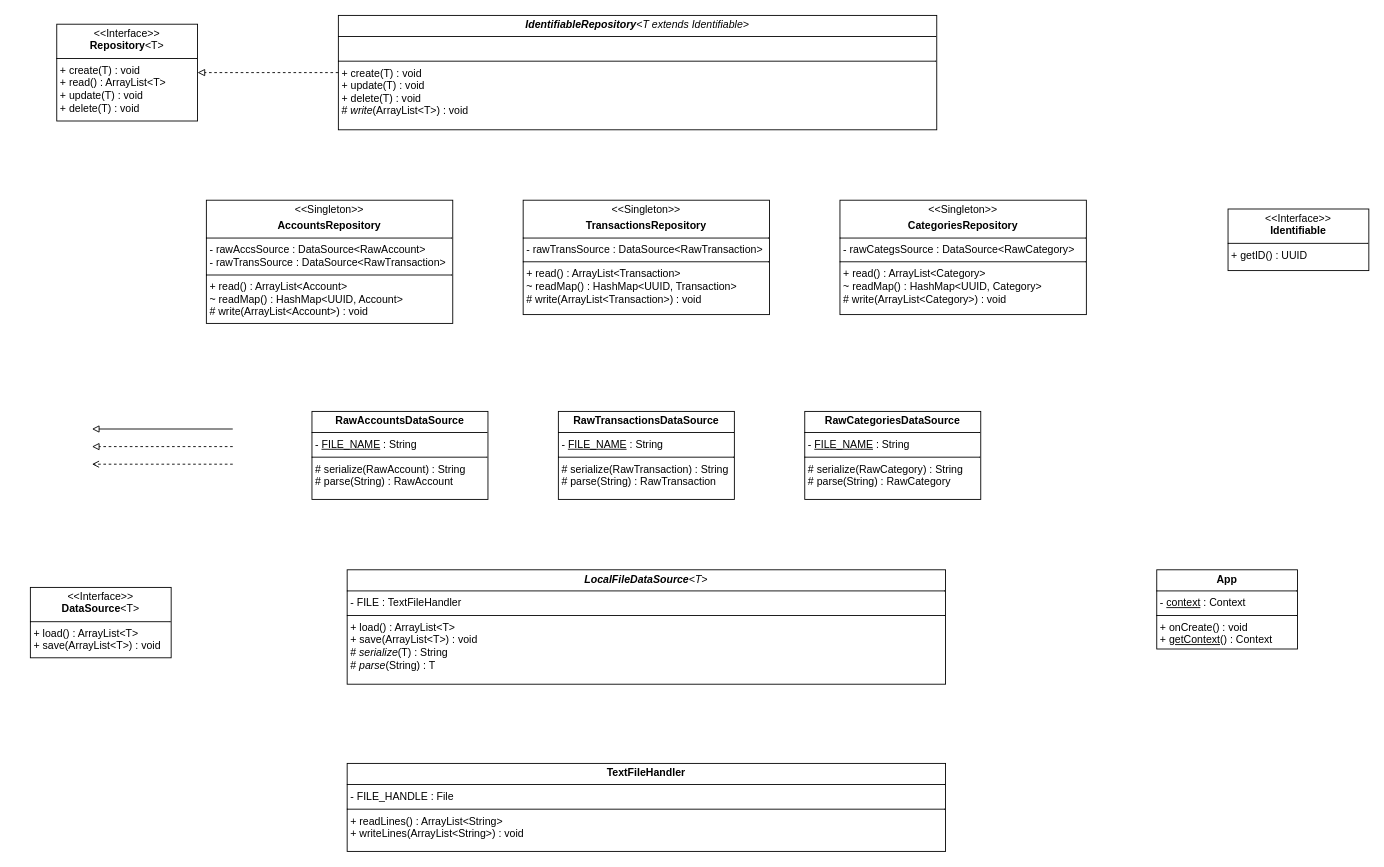
Before: docs/class-diagram.drawio in jaczanet/Expenses, a draw.io diagram. Source tidied: cells renumbered, new cells numbered last; positions are measured from the earlier drawing's top-left corner, leaving out a move shared by most shapes. Both pictures are drawn from the tidied source at 88%, with x=0, y=0 at pixel (30, 15).
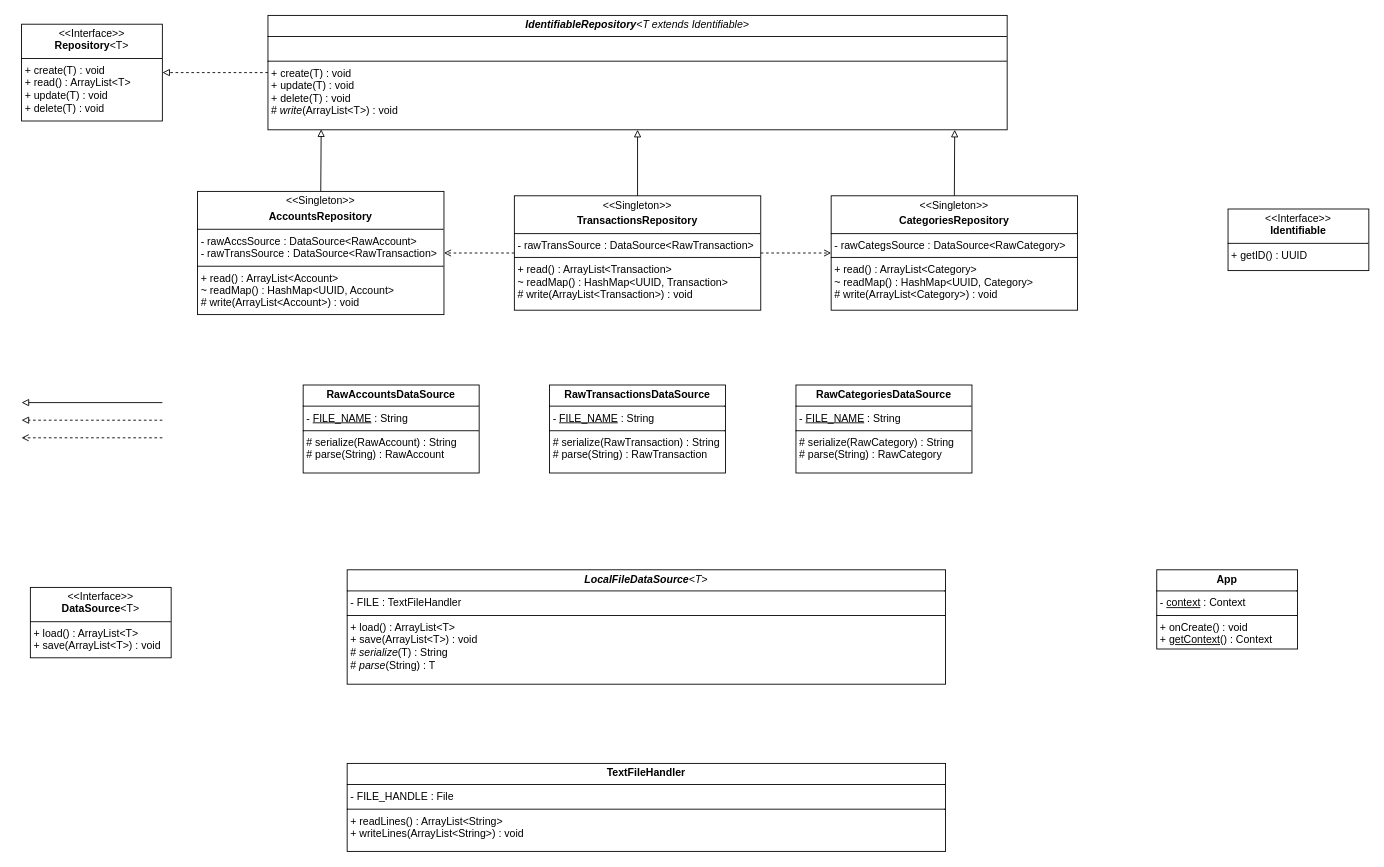
The same diagram, later.

Change to the diagram source:
```diff
@@
     <mxCell id="2" value="&lt;p style=&quot;margin:0px;margin-top:4px;text-align:center;&quot;&gt;&lt;b&gt;RawAccountsDataSource&lt;/b&gt;&lt;/p&gt;&lt;hr size=&quot;1&quot; style=&quot;border-style:solid;&quot;&gt;&lt;p style=&quot;margin:0px;margin-left:4px;&quot;&gt;- &lt;u&gt;FILE_NAME&lt;/u&gt;&amp;nbsp;: String&lt;/p&gt;&lt;hr size=&quot;1&quot; style=&quot;border-style:solid;&quot;&gt;&lt;p style=&quot;margin: 0px 0px 0px 4px;&quot;&gt;#&lt;span style=&quot;background-color: transparent; color: light-dark(rgb(0, 0, 0), rgb(255, 255, 255));&quot;&gt;&amp;nbsp;&lt;/span&gt;&lt;span style=&quot;background-color: transparent; color: light-dark(rgb(0, 0, 0), rgb(255, 255, 255));&quot;&gt;serialize(RawAccount) : String&lt;/span&gt;&lt;/p&gt;&lt;p style=&quot;margin: 0px 0px 0px 4px;&quot;&gt;&lt;span style=&quot;background-color: transparent; color: light-dark(rgb(0, 0, 0), rgb(255, 255, 255));&quot;&gt;#&amp;nbsp;parse(String) :&amp;nbsp;&lt;/span&gt;&lt;span style=&quot;background-color: transparent; color: light-dark(rgb(0, 0, 0), rgb(255, 255, 255));&quot;&gt;RawAccount&lt;/span&gt;&lt;/p&gt;" style="verticalAlign=top;align=left;overflow=fill;html=1;whiteSpace=wrap;" parent="1" vertex="1">
-      <mxGeometry x="320" y="450" width="200" height="100" as="geometry" />
+      <mxGeometry x="310" y="420" width="200" height="100" as="geometry" />
     </mxCell>
@@
     <mxCell id="6" value="&lt;p style=&quot;margin:0px;margin-top:4px;text-align:center;&quot;&gt;&amp;lt;&amp;lt;Interface&amp;gt;&amp;gt;&lt;br&gt;&lt;b&gt;Repository&lt;/b&gt;&amp;lt;T&amp;gt;&lt;/p&gt;&lt;hr size=&quot;1&quot; style=&quot;border-style:solid;&quot;&gt;&lt;p style=&quot;margin:0px;margin-left:4px;&quot;&gt;+ create(T) : void&lt;br&gt;&lt;/p&gt;&lt;p style=&quot;margin:0px;margin-left:4px;&quot;&gt;+ read() : ArrayList&amp;lt;T&amp;gt;&lt;/p&gt;&lt;p style=&quot;margin:0px;margin-left:4px;&quot;&gt;+ update(T) : void&lt;/p&gt;&lt;p style=&quot;margin:0px;margin-left:4px;&quot;&gt;+ delete(T) : void&lt;/p&gt;" style="verticalAlign=top;align=left;overflow=fill;html=1;whiteSpace=wrap;" parent="1" vertex="1">
-      <mxGeometry x="30" y="10" width="160" height="110" as="geometry" />
+      <mxGeometry x="-10" y="10" width="160" height="110" as="geometry" />
     </mxCell>
@@
     <mxCell id="8" style="rounded=0;orthogonalLoop=1;jettySize=auto;html=1;exitX=0;exitY=0.5;exitDx=0;exitDy=0;entryX=1;entryY=0.5;entryDx=0;entryDy=0;endSize=6;strokeWidth=1;endArrow=block;endFill=0;" parent="1" edge="1">
       <mxGeometry relative="1" as="geometry">
-        <mxPoint x="230" y="470" as="sourcePoint" />
-        <mxPoint x="70" y="470" as="targetPoint" />
+        <mxPoint x="150" y="440" as="sourcePoint" />
+        <mxPoint x="-10" y="440" as="targetPoint" />
       </mxGeometry>
     </mxCell>
     <mxCell id="9" value="&lt;p style=&quot;margin:0px;margin-top:4px;text-align:center;&quot;&gt;&lt;i&gt;&lt;b&gt;IdentifiableRepository&lt;/b&gt;&amp;lt;T extends Identifiable&amp;gt;&lt;/i&gt;&lt;/p&gt;&lt;hr size=&quot;1&quot; style=&quot;border-style:solid;&quot;&gt;&lt;p style=&quot;margin:0px;margin-left:4px;&quot;&gt;&lt;br&gt;&lt;/p&gt;&lt;hr size=&quot;1&quot; style=&quot;border-style:solid;&quot;&gt;&lt;p style=&quot;margin: 0px 0px 0px 4px;&quot;&gt;+ create(T) : void&lt;br&gt;&lt;/p&gt;&lt;p style=&quot;margin: 0px 0px 0px 4px;&quot;&gt;&lt;span style=&quot;background-color: transparent; color: light-dark(rgb(0, 0, 0), rgb(255, 255, 255));&quot;&gt;+ update(T) : void&lt;/span&gt;&lt;/p&gt;&lt;p style=&quot;margin: 0px 0px 0px 4px;&quot;&gt;+ delete(T) : void&lt;/p&gt;&lt;p style=&quot;margin: 0px 0px 0px 4px;&quot;&gt;#&amp;nbsp;&lt;i&gt;write&lt;/i&gt;(ArrayList&amp;lt;T&amp;gt;) : void&lt;/p&gt;" style="verticalAlign=top;align=left;overflow=fill;html=1;whiteSpace=wrap;" parent="1" vertex="1">
-      <mxGeometry x="350" width="680" height="130" as="geometry" />
+      <mxGeometry x="270" width="840" height="130" as="geometry" />
     </mxCell>
     <mxCell id="10" value="&lt;p style=&quot;margin:0px;margin-top:4px;text-align:center;&quot;&gt;&lt;b&gt;RawTransactionsDataSource&lt;/b&gt;&lt;/p&gt;&lt;hr size=&quot;1&quot; style=&quot;border-style:solid;&quot;&gt;&lt;p style=&quot;margin:0px;margin-left:4px;&quot;&gt;- &lt;u&gt;FILE_NAME&lt;/u&gt;&amp;nbsp;: String&lt;/p&gt;&lt;hr size=&quot;1&quot; style=&quot;border-style:solid;&quot;&gt;&lt;p style=&quot;margin: 0px 0px 0px 4px;&quot;&gt;#&lt;span style=&quot;background-color: transparent; color: light-dark(rgb(0, 0, 0), rgb(255, 255, 255));&quot;&gt;&amp;nbsp;&lt;/span&gt;&lt;span style=&quot;background-color: transparent; color: light-dark(rgb(0, 0, 0), rgb(255, 255, 255));&quot;&gt;serialize(RawTransaction) : String&lt;/span&gt;&lt;/p&gt;&lt;p style=&quot;margin: 0px 0px 0px 4px;&quot;&gt;&lt;span style=&quot;background-color: transparent; color: light-dark(rgb(0, 0, 0), rgb(255, 255, 255));&quot;&gt;#&amp;nbsp;parse(String) :&amp;nbsp;&lt;/span&gt;&lt;span style=&quot;background-color: transparent; color: light-dark(rgb(0, 0, 0), rgb(255, 255, 255));&quot;&gt;RawTransaction&lt;/span&gt;&lt;/p&gt;" style="verticalAlign=top;align=left;overflow=fill;html=1;whiteSpace=wrap;" parent="1" vertex="1">
-      <mxGeometry x="600" y="450" width="200" height="100" as="geometry" />
+      <mxGeometry x="590" y="420" width="200" height="100" as="geometry" />
     </mxCell>
     <mxCell id="11" value="&lt;p style=&quot;margin:0px;margin-top:4px;text-align:center;&quot;&gt;&lt;b&gt;RawCategoriesDataSource&lt;/b&gt;&lt;/p&gt;&lt;hr size=&quot;1&quot; style=&quot;border-style:solid;&quot;&gt;&lt;p style=&quot;margin:0px;margin-left:4px;&quot;&gt;- &lt;u&gt;FILE_NAME&lt;/u&gt;&amp;nbsp;: String&lt;/p&gt;&lt;hr size=&quot;1&quot; style=&quot;border-style:solid;&quot;&gt;&lt;p style=&quot;margin: 0px 0px 0px 4px;&quot;&gt;#&lt;span style=&quot;background-color: transparent; color: light-dark(rgb(0, 0, 0), rgb(255, 255, 255));&quot;&gt;&amp;nbsp;&lt;/span&gt;&lt;span style=&quot;background-color: transparent; color: light-dark(rgb(0, 0, 0), rgb(255, 255, 255));&quot;&gt;serialize(RawCategory) : String&lt;/span&gt;&lt;/p&gt;&lt;p style=&quot;margin: 0px 0px 0px 4px;&quot;&gt;&lt;span style=&quot;background-color: transparent; color: light-dark(rgb(0, 0, 0), rgb(255, 255, 255));&quot;&gt;#&amp;nbsp;parse(String) :&amp;nbsp;&lt;/span&gt;&lt;span style=&quot;background-color: transparent; color: light-dark(rgb(0, 0, 0), rgb(255, 255, 255));&quot;&gt;RawCategory&lt;/span&gt;&lt;/p&gt;" style="verticalAlign=top;align=left;overflow=fill;html=1;whiteSpace=wrap;" parent="1" vertex="1">
-      <mxGeometry x="880" y="450" width="200" height="100" as="geometry" />
+      <mxGeometry x="870" y="420" width="200" height="100" as="geometry" />
     </mxCell>
     <mxCell id="12" value="&lt;p style=&quot;margin:0px;margin-top:4px;text-align:center;&quot;&gt;&amp;lt;&amp;lt;Singleton&amp;gt;&amp;gt;&lt;/p&gt;&lt;p style=&quot;margin:0px;margin-top:4px;text-align:center;&quot;&gt;&lt;b&gt;AccountsRepository&lt;/b&gt;&lt;/p&gt;&lt;hr size=&quot;1&quot; style=&quot;border-style:solid;&quot;&gt;&lt;p style=&quot;margin:0px;margin-left:4px;&quot;&gt;&lt;span style=&quot;background-color: transparent; color: light-dark(rgb(0, 0, 0), rgb(255, 255, 255));&quot;&gt;- rawAccsSource : DataSource&amp;lt;RawAccount&amp;gt;&lt;/span&gt;&lt;/p&gt;&lt;p style=&quot;margin:0px;margin-left:4px;&quot;&gt;-&amp;nbsp;rawTransSource :&amp;nbsp;DataSource&amp;lt;RawTransaction&amp;gt;&lt;/p&gt;&lt;hr size=&quot;1&quot; style=&quot;border-style:solid;&quot;&gt;&lt;p style=&quot;margin: 0px 0px 0px 4px;&quot;&gt;&lt;span style=&quot;background-color: transparent; color: light-dark(rgb(0, 0, 0), rgb(255, 255, 255));&quot;&gt;+ read() : ArrayList&amp;lt;Account&amp;gt;&lt;/span&gt;&lt;/p&gt;&lt;p style=&quot;margin: 0px 0px 0px 4px;&quot;&gt;~ readMap() :&amp;nbsp;HashMap&amp;lt;UUID, Account&amp;gt;&lt;/p&gt;&lt;p style=&quot;margin: 0px 0px 0px 4px;&quot;&gt;# write(&lt;span style=&quot;background-color: transparent; color: light-dark(rgb(0, 0, 0), rgb(255, 255, 255));&quot;&gt;ArrayList&amp;lt;Account&amp;gt;&lt;/span&gt;&lt;span style=&quot;background-color: transparent; color: light-dark(rgb(0, 0, 0), rgb(255, 255, 255));&quot;&gt;) : void&lt;/span&gt;&lt;/p&gt;&lt;div&gt;&lt;br&gt;&lt;/div&gt;" style="verticalAlign=top;align=left;overflow=fill;html=1;whiteSpace=wrap;" parent="1" vertex="1">
-      <mxGeometry x="200" y="210" width="280" height="140" as="geometry" />
+      <mxGeometry x="190" y="200" width="280" height="140" as="geometry" />
     </mxCell>
@@
     <mxCell id="14" value="&lt;p style=&quot;margin:0px;margin-top:4px;text-align:center;&quot;&gt;&amp;lt;&amp;lt;Singleton&amp;gt;&amp;gt;&lt;/p&gt;&lt;p style=&quot;margin:0px;margin-top:4px;text-align:center;&quot;&gt;&lt;b&gt;CategoriesRepository&lt;/b&gt;&lt;/p&gt;&lt;hr size=&quot;1&quot; style=&quot;border-style:solid;&quot;&gt;&lt;p style=&quot;margin:0px;margin-left:4px;&quot;&gt;&lt;span style=&quot;background-color: transparent; color: light-dark(rgb(0, 0, 0), rgb(255, 255, 255));&quot;&gt;- rawCategsSource : DataSource&amp;lt;RawCategory&amp;gt;&lt;/span&gt;&lt;/p&gt;&lt;hr size=&quot;1&quot; style=&quot;border-style:solid;&quot;&gt;&lt;p style=&quot;margin: 0px 0px 0px 4px;&quot;&gt;&lt;span style=&quot;background-color: transparent; color: light-dark(rgb(0, 0, 0), rgb(255, 255, 255));&quot;&gt;+ read() : ArrayList&amp;lt;Category&amp;gt;&lt;/span&gt;&lt;/p&gt;&lt;p style=&quot;margin: 0px 0px 0px 4px;&quot;&gt;~ readMap() :&amp;nbsp;HashMap&amp;lt;UUID, Category&amp;gt;&lt;/p&gt;&lt;p style=&quot;margin: 0px 0px 0px 4px;&quot;&gt;# write(&lt;span style=&quot;background-color: transparent; color: light-dark(rgb(0, 0, 0), rgb(255, 255, 255));&quot;&gt;ArrayList&amp;lt;Category&amp;gt;&lt;/span&gt;&lt;span style=&quot;background-color: transparent; color: light-dark(rgb(0, 0, 0), rgb(255, 255, 255));&quot;&gt;) : void&lt;/span&gt;&lt;/p&gt;&lt;div&gt;&lt;br&gt;&lt;/div&gt;" style="verticalAlign=top;align=left;overflow=fill;html=1;whiteSpace=wrap;" parent="1" vertex="1">
-      <mxGeometry x="920" y="210" width="280" height="130" as="geometry" />
+      <mxGeometry x="910" y="205" width="280" height="130" as="geometry" />
     </mxCell>
     <mxCell id="15" value="&lt;p style=&quot;margin:0px;margin-top:4px;text-align:center;&quot;&gt;&amp;lt;&amp;lt;Singleton&amp;gt;&amp;gt;&lt;/p&gt;&lt;p style=&quot;margin:0px;margin-top:4px;text-align:center;&quot;&gt;&lt;b&gt;TransactionsRepository&lt;/b&gt;&lt;/p&gt;&lt;hr size=&quot;1&quot; style=&quot;border-style:solid;&quot;&gt;&lt;p style=&quot;margin:0px;margin-left:4px;&quot;&gt;-&amp;nbsp;rawTransSource :&amp;nbsp;DataSource&amp;lt;RawTransaction&amp;gt;&lt;/p&gt;&lt;hr size=&quot;1&quot; style=&quot;border-style:solid;&quot;&gt;&lt;p style=&quot;margin: 0px 0px 0px 4px;&quot;&gt;&lt;span style=&quot;background-color: transparent; color: light-dark(rgb(0, 0, 0), rgb(255, 255, 255));&quot;&gt;+ read() : ArrayList&amp;lt;Transaction&amp;gt;&lt;/span&gt;&lt;/p&gt;&lt;p style=&quot;margin: 0px 0px 0px 4px;&quot;&gt;~ readMap() :&amp;nbsp;HashMap&amp;lt;UUID, Transaction&amp;gt;&lt;/p&gt;&lt;p style=&quot;margin: 0px 0px 0px 4px;&quot;&gt;# write(&lt;span style=&quot;background-color: transparent; color: light-dark(rgb(0, 0, 0), rgb(255, 255, 255));&quot;&gt;ArrayList&amp;lt;&lt;/span&gt;Transaction&lt;span style=&quot;background-color: transparent; color: light-dark(rgb(0, 0, 0), rgb(255, 255, 255));&quot;&gt;&amp;gt;&lt;/span&gt;&lt;span style=&quot;background-color: transparent; color: light-dark(rgb(0, 0, 0), rgb(255, 255, 255));&quot;&gt;) : void&lt;/span&gt;&lt;/p&gt;&lt;div&gt;&lt;br&gt;&lt;/div&gt;" style="verticalAlign=top;align=left;overflow=fill;html=1;whiteSpace=wrap;" parent="1" vertex="1">
-      <mxGeometry x="560" y="210" width="280" height="130" as="geometry" />
+      <mxGeometry x="550" y="205" width="280" height="130" as="geometry" />
     </mxCell>
     <mxCell id="16" style="rounded=0;orthogonalLoop=1;jettySize=auto;html=1;exitX=0;exitY=0.5;exitDx=0;exitDy=0;entryX=1;entryY=0.5;entryDx=0;entryDy=0;endSize=6;strokeWidth=1;endArrow=block;endFill=0;dashed=1;" parent="1" edge="1">
       <mxGeometry relative="1" as="geometry">
-        <mxPoint x="230" y="490" as="sourcePoint" />
-        <mxPoint x="70" y="490" as="targetPoint" />
+        <mxPoint x="150" y="460" as="sourcePoint" />
+        <mxPoint x="-10" y="460" as="targetPoint" />
       </mxGeometry>
     </mxCell>
     <mxCell id="17" style="rounded=0;orthogonalLoop=1;jettySize=auto;html=1;exitX=0;exitY=0.5;exitDx=0;exitDy=0;entryX=1;entryY=0.5;entryDx=0;entryDy=0;endSize=6;strokeWidth=1;endArrow=open;endFill=0;dashed=1;" parent="1" edge="1">
       <mxGeometry relative="1" as="geometry">
-        <mxPoint x="230" y="510" as="sourcePoint" />
-        <mxPoint x="70" y="510" as="targetPoint" />
+        <mxPoint x="150" y="480" as="sourcePoint" />
+        <mxPoint x="-10" y="480" as="targetPoint" />
       </mxGeometry>
     </mxCell>
@@
+    <mxCell id="19" style="rounded=0;jettySize=auto;html=1;exitX=0.5;exitY=0;exitDx=0;exitDy=0;endSize=6;strokeWidth=1;endArrow=block;endFill=0;entryX=0.072;entryY=0.996;entryDx=0;entryDy=0;entryPerimeter=0;" parent="1" edge="1" source="12" target="9">
+      <mxGeometry relative="1" as="geometry" />
+    </mxCell>
+    <mxCell id="20" style="rounded=0;jettySize=auto;html=1;exitX=0.5;exitY=0;exitDx=0;exitDy=0;endSize=6;strokeWidth=1;endArrow=block;endFill=0;entryX=0.5;entryY=1;entryDx=0;entryDy=0;" parent="1" edge="1" source="15" target="9">
+      <mxGeometry relative="1" as="geometry" />
+    </mxCell>
+    <mxCell id="21" style="rounded=0;jettySize=auto;html=1;exitX=0.5;exitY=0;exitDx=0;exitDy=0;endSize=6;strokeWidth=1;endArrow=block;endFill=0;entryX=0.929;entryY=1;entryDx=0;entryDy=0;entryPerimeter=0;" parent="1" edge="1" source="14" target="9">
+      <mxGeometry relative="1" as="geometry" />
+    </mxCell>
+    <mxCell id="22" style="rounded=0;jettySize=auto;html=1;exitX=0;exitY=0.5;exitDx=0;exitDy=0;entryX=1;entryY=0.5;entryDx=0;entryDy=0;endSize=6;strokeWidth=1;endArrow=open;endFill=0;dashed=1;" parent="1" edge="1" source="15" target="12">
+      <mxGeometry relative="1" as="geometry" />
+    </mxCell>
+    <mxCell id="23" style="rounded=0;jettySize=auto;html=1;exitX=1;exitY=0.5;exitDx=0;exitDy=0;entryX=0;entryY=0.5;entryDx=0;entryDy=0;endSize=6;strokeWidth=1;endArrow=open;endFill=0;dashed=1;" parent="1" edge="1" source="15" target="14">
+      <mxGeometry relative="1" as="geometry" />
+    </mxCell>
```
